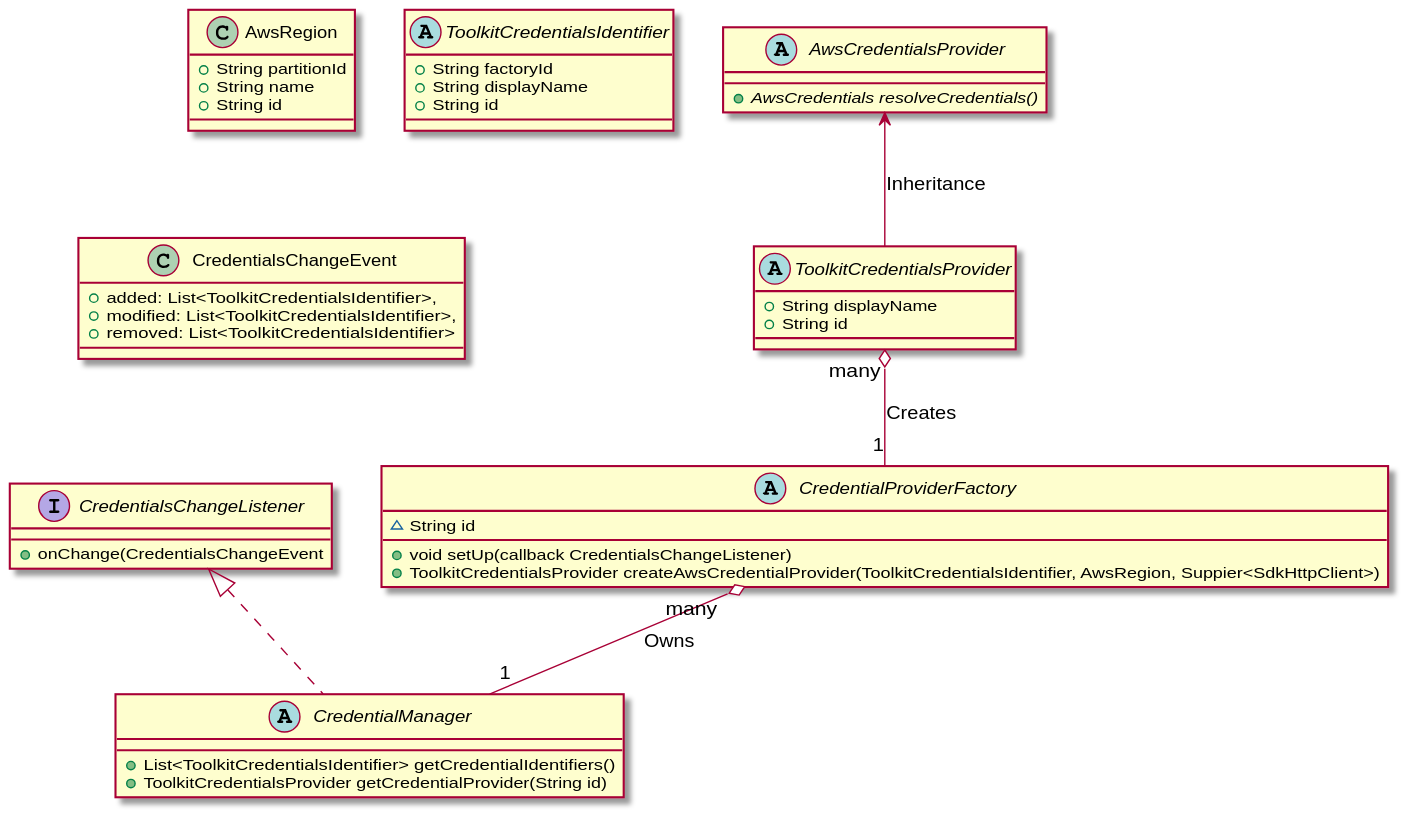
Earlier version of the PlantUML export designs/credentialManagement/images/classDiagram.svg (aws/aws-toolkit-vscode).
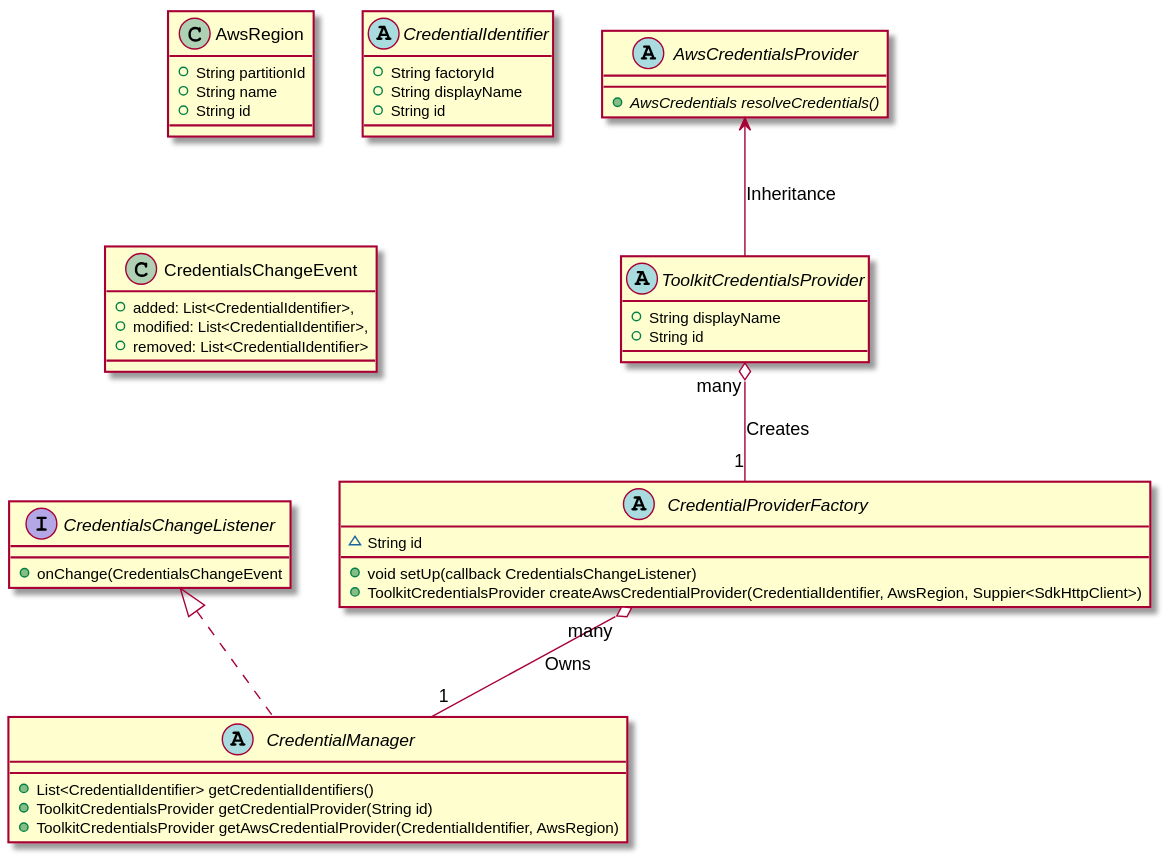
Later version of the same file.

Commit message:
Updated Credentials design diagram to reflect current implementation (#2012)

The edit, as a diff of the source:
```diff
@@ -7,16 +7,16 @@
   +String id
 }
 
-abstract class ToolkitCredentialsIdentifier {
+abstract class CredentialIdentifier {
   +String factoryId
   +String displayName
   +String id
 }
 
 class CredentialsChangeEvent {
-    +added: List<ToolkitCredentialsIdentifier>,
-    +modified: List<ToolkitCredentialsIdentifier>,
-    +removed: List<ToolkitCredentialsIdentifier>
+    +added: List<CredentialIdentifier>,
+    +modified: List<CredentialIdentifier>,
+    +removed: List<CredentialIdentifier>
 }
 
 interface CredentialsChangeListener {
@@ -24,14 +24,15 @@
 }
 
 abstract class CredentialManager implements CredentialsChangeListener {
-  +List<ToolkitCredentialsIdentifier> getCredentialIdentifiers()
+  +List<CredentialIdentifier> getCredentialIdentifiers()
   +ToolkitCredentialsProvider getCredentialProvider(String id)
+  +ToolkitCredentialsProvider getAwsCredentialProvider(CredentialIdentifier, AwsRegion)
 }
 
 abstract class CredentialProviderFactory {
   ~String id
   +void setUp(callback CredentialsChangeListener)
-  +ToolkitCredentialsProvider createAwsCredentialProvider(ToolkitCredentialsIdentifier, AwsRegion, Suppier<SdkHttpClient>)
+  +ToolkitCredentialsProvider createAwsCredentialProvider(CredentialIdentifier, AwsRegion, Suppier<SdkHttpClient>)
 }
 
 abstract class ToolkitCredentialsProvider {
```
